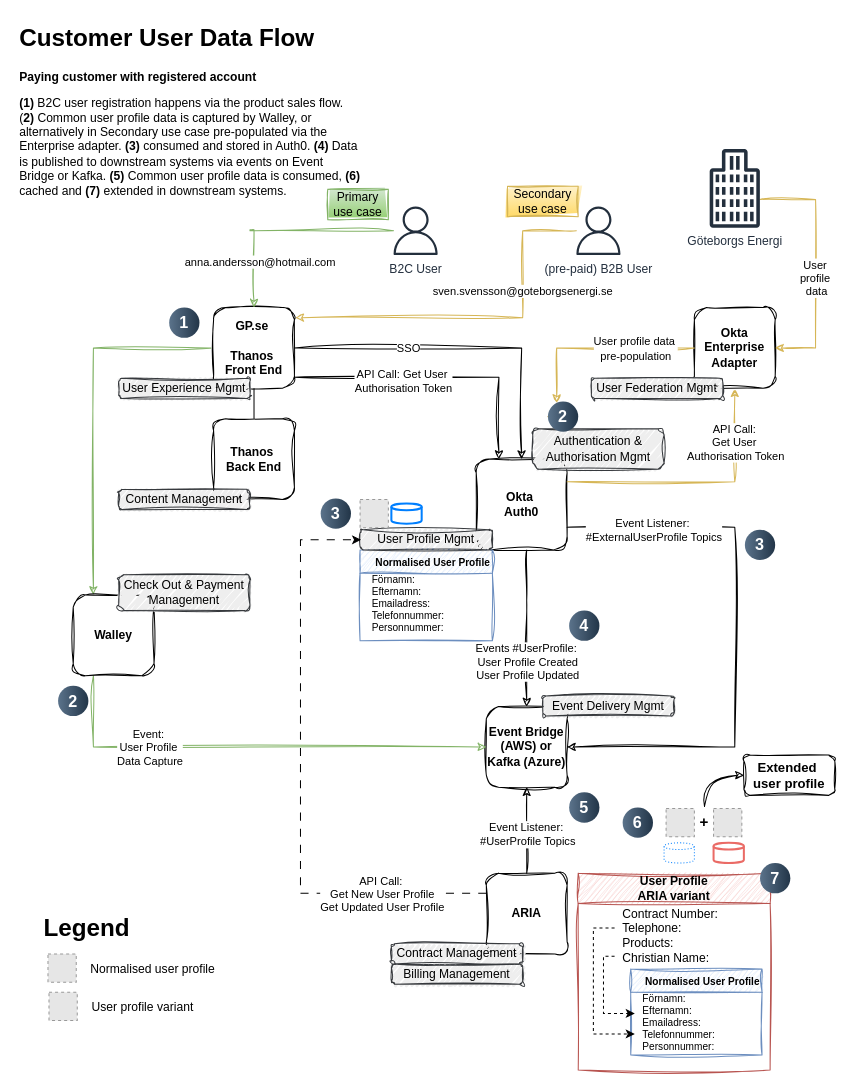
Before: page "Paying customers" (2 of 2) of Customer user data flow - to-be scenario.drawio in SLM-Development/diagrams, a draw.io diagram. Source tidied: cells renumbered, new cells numbered last; positions are measured from the earlier drawing's top-left corner, leaving out a move shared by most shapes. Both pictures are drawn from the tidied source at 101%, with x=0, y=0 at pixel (17, 17). Pictures stored in the file or linked from it are replaced by grey dashed boxes.
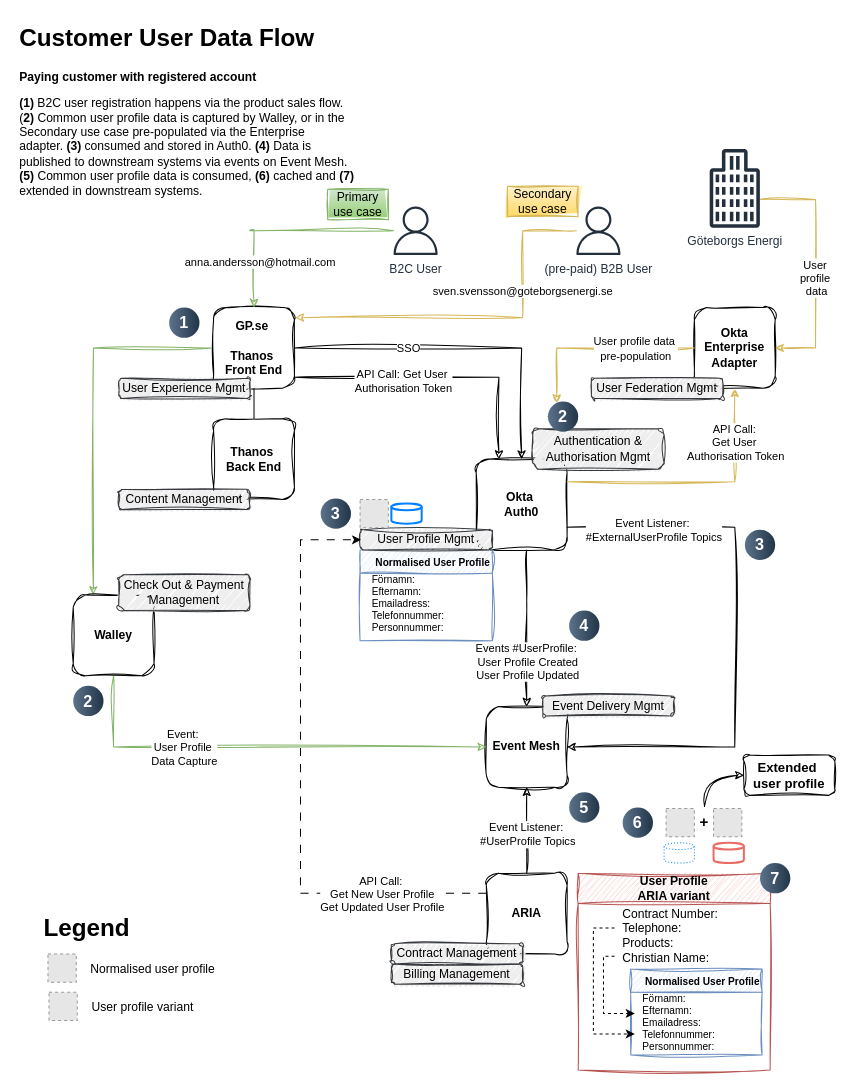
The same diagram, later.

The change refers to these unchanged cells:
```xml
<mxCell id="60" value="Walley" style="whiteSpace=wrap;html=1;strokeColor=#000000;fontStyle=1;sketch=1;curveFitting=1;jiggle=2;rounded=1;glass=0;" parent="1" vertex="1">
  <mxGeometry x="55" y="571.5" width="80" height="80" as="geometry" />
</mxCell>
```

What changed in the source:
```diff
@@
-    <mxCell id="12" value="Event Bridge (AWS) or Kafka (Azure)" style="whiteSpace=wrap;html=1;strokeColor=#000000;fontStyle=1;sketch=1;curveFitting=1;jiggle=2;rounded=1;glass=0;" parent="1" vertex="1">
+    <mxCell id="12" value="Event Mesh" style="whiteSpace=wrap;html=1;strokeColor=#000000;fontStyle=1;sketch=1;curveFitting=1;jiggle=2;rounded=1;glass=0;" parent="1" vertex="1">
       <mxGeometry x="464" y="682" width="80" height="80" as="geometry" />
     </mxCell>
@@
-    <mxCell id="46" value="&lt;h1 style=&quot;margin-top: 0px;&quot;&gt;Customer User Data Flow&lt;/h1&gt;&lt;div&gt;&lt;b&gt;Paying customer with registered account&lt;/b&gt;&lt;/div&gt;&lt;p&gt;&lt;b&gt;(1) &lt;/b&gt;B2C user registration happens via the product sales flow. (&lt;b&gt;2)&lt;/b&gt; Common user profile data is captured by Walley, or alternatively in Secondary use case pre-populated via the Enterprise adapter.&amp;nbsp;&lt;b&gt;(3)&lt;/b&gt;&amp;nbsp;consumed and stored in Auth0. &lt;b&gt;(4)&lt;/b&gt; Data is published to downstream systems via events on Event Bridge or Kafka. &lt;b&gt;(5)&lt;/b&gt; Common user profile data is consumed, &lt;b&gt;(6)&lt;/b&gt; cached&amp;nbsp;and &lt;b&gt;(7) &lt;/b&gt;extended in downstream systems.&lt;/p&gt;" style="text;html=1;whiteSpace=wrap;overflow=hidden;rounded=0;" parent="1" vertex="1">
+    <mxCell id="46" value="&lt;h1 style=&quot;margin-top: 0px;&quot;&gt;Customer User Data Flow&lt;/h1&gt;&lt;div&gt;&lt;b&gt;Paying customer with registered account&lt;/b&gt;&lt;/div&gt;&lt;p&gt;&lt;b&gt;(1) &lt;/b&gt;B2C user registration happens via the product sales flow. (&lt;b&gt;2)&lt;/b&gt; Common user profile data is captured by Walley, or in the Secondary use case pre-populated via the Enterprise adapter.&amp;nbsp;&lt;b&gt;(3)&lt;/b&gt;&amp;nbsp;consumed and stored in Auth0. &lt;b&gt;(4)&lt;/b&gt; Data is published to downstream systems via events on Event Mesh. &lt;b&gt;(5)&lt;/b&gt; Common user profile data is consumed, &lt;b&gt;(6)&lt;/b&gt; cached&amp;nbsp;and &lt;b&gt;(7) &lt;/b&gt;extended in downstream systems.&lt;/p&gt;" style="text;html=1;whiteSpace=wrap;overflow=hidden;rounded=0;" parent="1" vertex="1">
       <mxGeometry width="340" height="180" as="geometry" />
     </mxCell>
@@
     <mxCell id="49" value="2" style="ellipse;whiteSpace=wrap;html=1;rotation=0;gradientColor=#223548;strokeColor=none;gradientDirection=east;fillColor=#5b738b;rounded=0;fontFamily=Helvetica;fontSize=16;fontColor=#FFFFFF;spacingTop=4;spacingBottom=4;spacingLeft=4;spacingRight=4;fontStyle=1;" parent="1" vertex="1">
-      <mxGeometry x="40" y="661.5" width="30" height="30" as="geometry" />
+      <mxGeometry x="55" y="661.5" width="30" height="30" as="geometry" />
     </mxCell>
@@
-    <mxCell id="58" style="edgeStyle=orthogonalEdgeStyle;rounded=0;jettySize=auto;html=1;entryX=0;entryY=0.5;entryDx=0;entryDy=0;exitX=0.25;exitY=1;exitDx=0;exitDy=0;sketch=1;curveFitting=1;jiggle=2;fillColor=#d5e8d4;strokeColor=#82b366;gradientColor=#97d077;" parent="1" edge="1" source="60" target="12">
+    <mxCell id="58" style="edgeStyle=orthogonalEdgeStyle;rounded=0;jettySize=auto;html=1;entryX=0;entryY=0.5;entryDx=0;entryDy=0;exitX=0.5;exitY=1;exitDx=0;exitDy=0;sketch=1;curveFitting=1;jiggle=2;fillColor=#d5e8d4;strokeColor=#82b366;gradientColor=#97d077;" parent="1" edge="1" source="60" target="12">
       <mxGeometry relative="1" as="geometry" />
     </mxCell>
     <mxCell id="59" value="Event:&amp;nbsp;&lt;div&gt;User Profile&amp;nbsp;&lt;/div&gt;&lt;div&gt;Data Capture&lt;/div&gt;" style="edgeLabel;html=1;align=center;verticalAlign=middle;" parent="58" vertex="1">
       <mxGeometry x="-0.14" y="1" relative="1" as="geometry">
-        <mxPoint x="-72" y="1" as="offset" />
+        <mxPoint x="-49" y="1" as="offset" />
       </mxGeometry>
     </mxCell>
```
